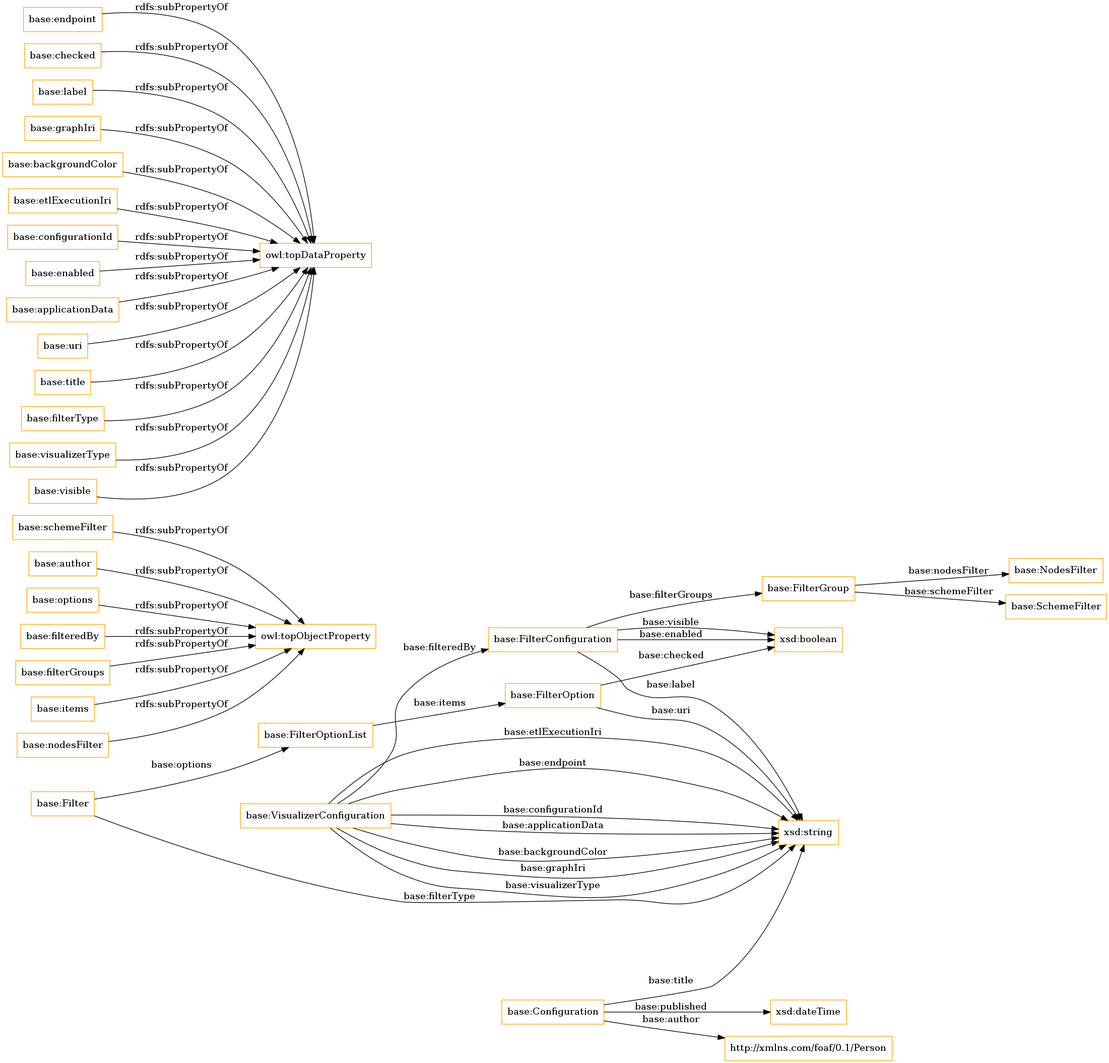
Before: OnToology/lpapps.owl/diagrams/ar2dtool-class/lpapps.owl.png, a diagram exported from Graphviz (OnToologyUser/linkedpipes_applications_ontology). Its source is kept beside it as OnToology/lpapps.owl/diagrams/ar2dtool-class/lpapps.owl.png.dot.
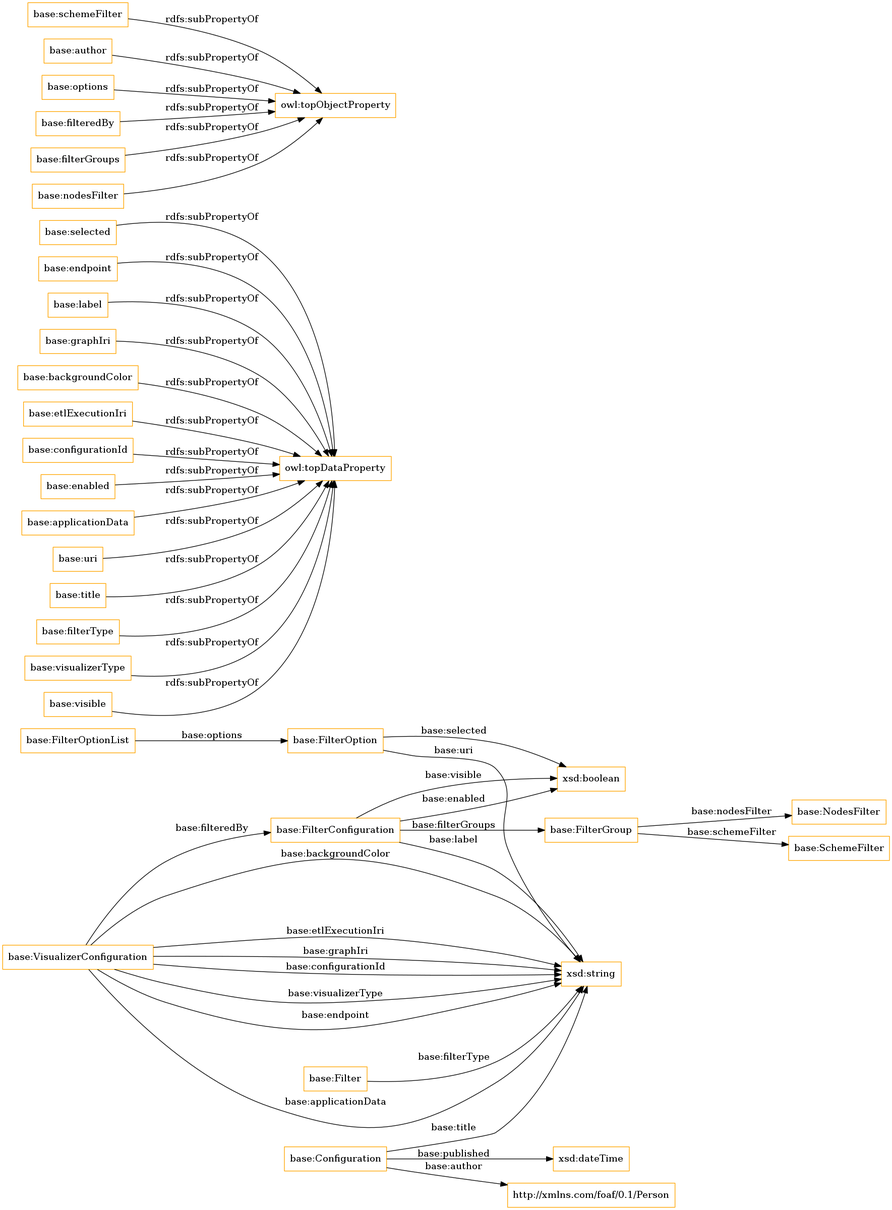
After the change.

What changed in the source:
```diff
@@ -2,10 +2,10 @@
 rankdir=LR;
 size="1501"
 node [shape = rectangle, color="orange"]; "base:VisualizerConfiguration" "base:FilterOptionList" "base:FilterGroup" "base:FilterOption" "base:NodesFilter" "base:Filter" "base:SchemeFilter" "http://xmlns.com/foaf/0.1/Person" "base:FilterConfiguration" "base:Configuration" ; /*classes style*/
+	"base:selected" -> "owl:topDataProperty" [ label = "rdfs:subPropertyOf" ];
 	"base:schemeFilter" -> "owl:topObjectProperty" [ label = "rdfs:subPropertyOf" ];
 	"base:author" -> "owl:topObjectProperty" [ label = "rdfs:subPropertyOf" ];
 	"base:endpoint" -> "owl:topDataProperty" [ label = "rdfs:subPropertyOf" ];
-	"base:checked" -> "owl:topDataProperty" [ label = "rdfs:subPropertyOf" ];
 	"base:label" -> "owl:topDataProperty" [ label = "rdfs:subPropertyOf" ];
 	"base:graphIri" -> "owl:topDataProperty" [ label = "rdfs:subPropertyOf" ];
 	"base:options" -> "owl:topObjectProperty" [ label = "rdfs:subPropertyOf" ];
@@ -13,7 +13,6 @@
 	"base:filterGroups" -> "owl:topObjectProperty" [ label = "rdfs:subPropertyOf" ];
 	"base:backgroundColor" -> "owl:topDataProperty" [ label = "rdfs:subPropertyOf" ];
 	"base:etlExecutionIri" -> "owl:topDataProperty" [ label = "rdfs:subPropertyOf" ];
-	"base:items" -> "owl:topObjectProperty" [ label = "rdfs:subPropertyOf" ];
 	"base:configurationId" -> "owl:topDataProperty" [ label = "rdfs:subPropertyOf" ];
 	"base:enabled" -> "owl:topDataProperty" [ label = "rdfs:subPropertyOf" ];
 	"base:applicationData" -> "owl:topDataProperty" [ label = "rdfs:subPropertyOf" ];
@@ -27,7 +26,6 @@
 	"base:FilterOption" -> "xsd:string" [ label = "base:uri" ];
 	"base:VisualizerConfiguration" -> "xsd:string" [ label = "base:backgroundColor" ];
 	"base:Configuration" -> "xsd:string" [ label = "base:title" ];
-	"base:FilterOptionList" -> "base:FilterOption" [ label = "base:items" ];
 	"base:FilterConfiguration" -> "base:FilterGroup" [ label = "base:filterGroups" ];
 	"base:FilterGroup" -> "base:NodesFilter" [ label = "base:nodesFilter" ];
 	"base:FilterConfiguration" -> "xsd:boolean" [ label = "base:enabled" ];
@@ -41,8 +39,8 @@
 	"base:VisualizerConfiguration" -> "xsd:string" [ label = "base:configurationId" ];
 	"base:VisualizerConfiguration" -> "xsd:string" [ label = "base:applicationData" ];
 	"base:Configuration" -> "http://xmlns.com/foaf/0.1/Person" [ label = "base:author" ];
-	"base:Filter" -> "base:FilterOptionList" [ label = "base:options" ];
-	"base:FilterOption" -> "xsd:boolean" [ label = "base:checked" ];
+	"base:FilterOptionList" -> "base:FilterOption" [ label = "base:options" ];
+	"base:FilterOption" -> "xsd:boolean" [ label = "base:selected" ];
 	"base:FilterConfiguration" -> "xsd:boolean" [ label = "base:visible" ];
 	"base:Configuration" -> "xsd:dateTime" [ label = "base:published" ];
 
```
